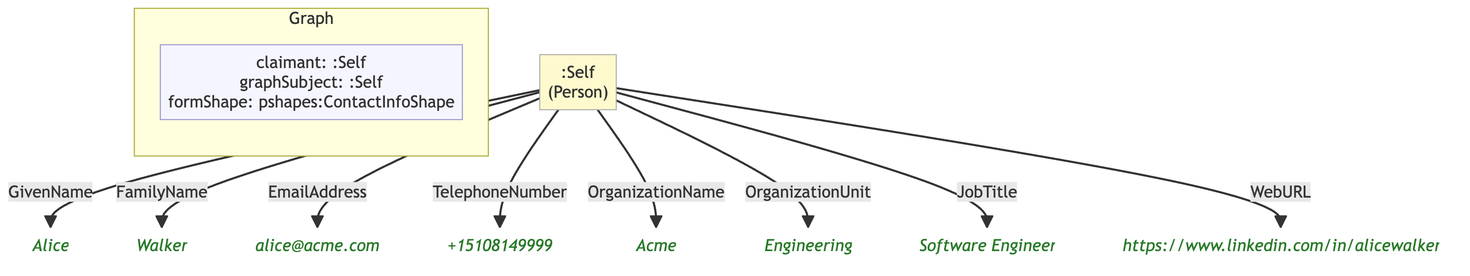
MeeFoundation/mia-ontologies keeps this Mermaid diagram as example/graphs/images/graph-10.png. Above is the earlier version. Its source is kept beside it as example/graphs/images/graph-10.mmd.
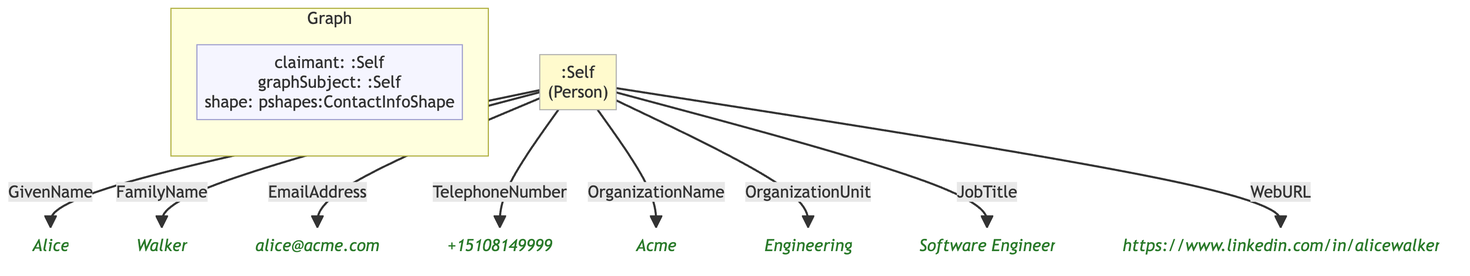
After the commit.

Change to the diagram source:
```diff
@@ -7,24 +7,24 @@
 
     subgraph ctx["Graph"]
         direction LR
-        ctx_meta["claimant: :Self\ngraphSubject: :Self\nformShape: pshapes:ContactInfoShape"]:::meta
+        ctx_meta["claimant: :Self\ngraphSubject: :Self\nshape: pshapes:ContactInfoShape"]:::meta
     end
 
     n655e442e50be[":Self\n(Person)"]:::person
-    n45a2befe4989("Alice"):::lit
-    n61b85785de77("Walker"):::lit
-    n98baf1d49798("alice@acme.com"):::lit
-    na8f39804b84b("+15108149999"):::lit
-    n06f7f6cd9c3c("Acme"):::lit
-    ne699ac958e08("Engineering"):::lit
-    nef96618d4700("Software Engineer"):::lit
-    n4b9984e5db81("https://www.linkedin.com/in/alicewalker"):::lit
+    ne142488156d4("Alice"):::lit
+    neebb2a861503("Walker"):::lit
+    n476299d8a09e("alice@acme.com"):::lit
+    nae22b6b4b069("+15108149999"):::lit
+    nbee39ab14999("Acme"):::lit
+    ne937337fdaaf("Engineering"):::lit
+    n91e4a99c6f22("Software Engineer"):::lit
+    n9365e9eb777b("https://www.linkedin.com/in/alicewalker"):::lit
 
-    n655e442e50be -->|"GivenName"| n45a2befe4989
-    n655e442e50be -->|"FamilyName"| n61b85785de77
-    n655e442e50be -->|"EmailAddress"| n98baf1d49798
-    n655e442e50be -->|"TelephoneNumber"| na8f39804b84b
-    n655e442e50be -->|"OrganizationName"| n06f7f6cd9c3c
-    n655e442e50be -->|"OrganizationUnit"| ne699ac958e08
-    n655e442e50be -->|"JobTitle"| nef96618d4700
-    n655e442e50be -->|"WebURL"| n4b9984e5db81
+    n655e442e50be -->|"GivenName"| ne142488156d4
+    n655e442e50be -->|"FamilyName"| neebb2a861503
+    n655e442e50be -->|"EmailAddress"| n476299d8a09e
+    n655e442e50be -->|"TelephoneNumber"| nae22b6b4b069
+    n655e442e50be -->|"OrganizationName"| nbee39ab14999
+    n655e442e50be -->|"OrganizationUnit"| ne937337fdaaf
+    n655e442e50be -->|"JobTitle"| n91e4a99c6f22
+    n655e442e50be -->|"WebURL"| n9365e9eb777b
```
